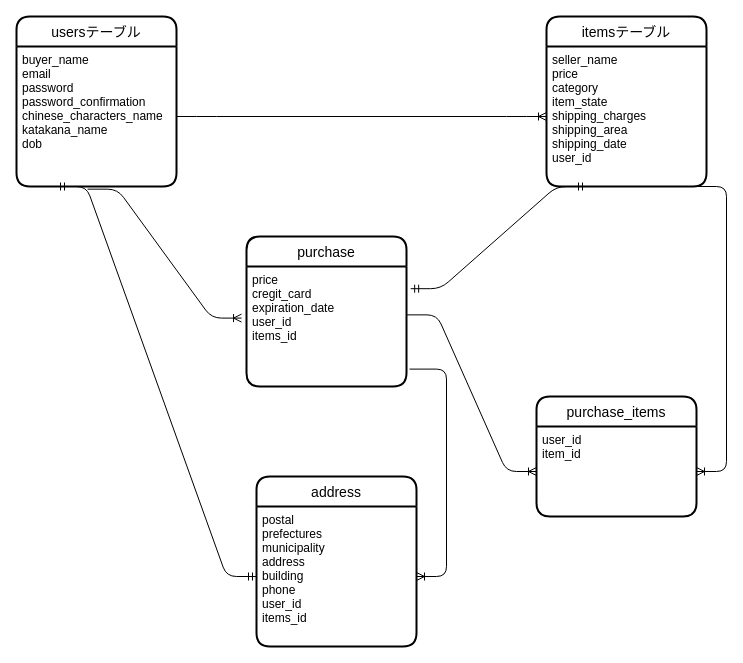
satorimod/furima-32461 keeps this draw.io diagram as ER.drawio. Above is the earlier version. Source tidied: cells renumbered, new cells numbered last; positions are measured from the earlier drawing's top-left corner, leaving out a move shared by most shapes. Both pictures are drawn from the tidied source at 100%, with x=0, y=0 at pixel (16, 16).
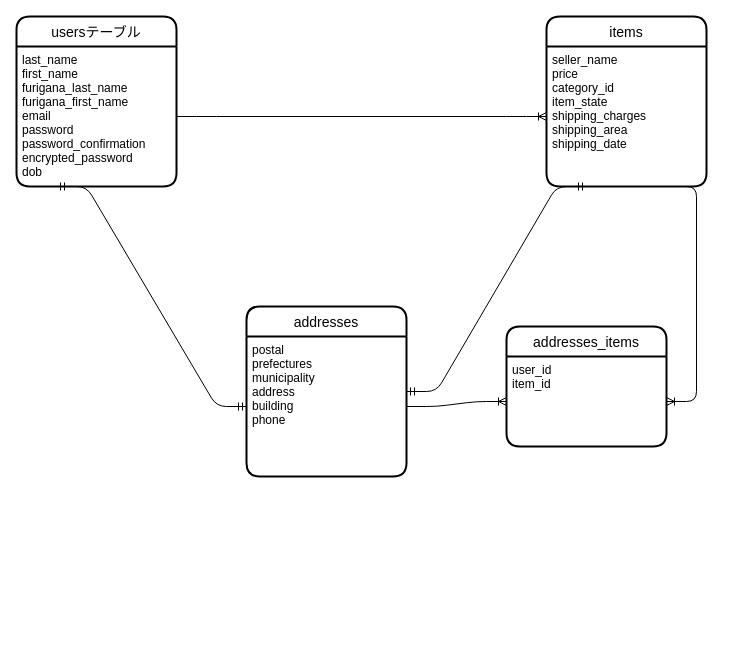
The same page after the edit.

Commit message (it also covers changes not shown here):
データベース設計（2回目）

The edit, as a diff of the source:
```diff
@@
 <mxGraphModel>
   <root>
     <mxCell id="0" />
     <mxCell id="1" parent="0" />
     <mxCell id="2" value="usersテーブル" style="swimlane;horizontal=1;startSize=30;rounded=1;fontSize=14;fontStyle=0;strokeWidth=2;shadow=0;dashed=0;align=center;" parent="1" vertex="1">
       <mxGeometry width="160" height="170" as="geometry" />
     </mxCell>
-    <mxCell id="3" value="buyer_name&#10;email&#10;password&#10;password_confirmation&#10;chinese_characters_name&#10;katakana_name&#10;dob" style="align=left;strokeColor=none;fillColor=none;spacingLeft=4;fontSize=12;verticalAlign=top;" parent="2" vertex="1">
+    <mxCell id="3" value="last_name&#10;first_name&#10;furigana_last_name&#10;furigana_first_name&#10;email　&#10;password&#10;password_confirmation&#10;encrypted_password&#10;dob" style="align=left;strokeColor=none;fillColor=none;spacingLeft=4;fontSize=12;verticalAlign=top;" parent="2" vertex="1">
       <mxGeometry y="30" width="160" height="140" as="geometry" />
     </mxCell>
-    <mxCell id="4" value="itemsテーブル" style="swimlane;horizontal=1;startSize=30;rounded=1;fontSize=14;fontStyle=0;strokeWidth=2;shadow=0;dashed=0;align=center;" parent="1" vertex="1">
+    <mxCell id="4" value="items" style="swimlane;horizontal=1;startSize=30;rounded=1;fontSize=14;fontStyle=0;strokeWidth=2;shadow=0;dashed=0;align=center;" parent="1" vertex="1">
       <mxGeometry x="530" width="160" height="170" as="geometry" />
     </mxCell>
-    <mxCell id="5" value="seller_name&#10;price&#10;category&#10;item_state&#10;shipping_charges&#10;shipping_area&#10;shipping_date&#10;user_id" style="align=left;strokeColor=none;fillColor=none;spacingLeft=4;fontSize=12;verticalAlign=top;" parent="4" vertex="1">
+    <mxCell id="5" value="seller_name&#10;price&#10;category_id&#10;item_state&#10;shipping_charges&#10;shipping_area&#10;shipping_date" style="align=left;strokeColor=none;fillColor=none;spacingLeft=4;fontSize=12;verticalAlign=top;" parent="4" vertex="1">
       <mxGeometry y="30" width="160" height="140" as="geometry" />
     </mxCell>
-    <mxCell id="6" value="address" style="swimlane;horizontal=1;startSize=30;rounded=1;fontSize=14;fontStyle=0;strokeWidth=2;shadow=0;dashed=0;align=center;" parent="1" vertex="1">
-      <mxGeometry x="240" y="460" width="160" height="170" as="geometry" />
+    <mxCell id="6" value="addresses" style="swimlane;horizontal=1;startSize=30;rounded=1;fontSize=14;fontStyle=0;strokeWidth=2;shadow=0;dashed=0;align=center;" parent="1" vertex="1">
+      <mxGeometry x="230" y="290" width="160" height="170" as="geometry" />
     </mxCell>
-    <mxCell id="7" value="postal&#10;prefectures&#10;municipality&#10;address&#10;building&#10;phone&#10;user_id&#10;items_id" style="align=left;strokeColor=none;fillColor=none;spacingLeft=4;fontSize=12;verticalAlign=top;" parent="6" vertex="1">
+    <mxCell id="7" value="postal&#10;prefectures&#10;municipality&#10;address&#10;building&#10;phone" style="align=left;strokeColor=none;fillColor=none;spacingLeft=4;fontSize=12;verticalAlign=top;" parent="6" vertex="1">
       <mxGeometry y="30" width="160" height="140" as="geometry" />
     </mxCell>
-    <mxCell id="8" value="purchase" style="swimlane;horizontal=1;startSize=30;rounded=1;fontSize=14;fontStyle=0;strokeWidth=2;shadow=0;dashed=0;align=center;" parent="1" vertex="1">
-      <mxGeometry x="230" y="220" width="160" height="150" as="geometry" />
-    </mxCell>
-    <mxCell id="9" value="price&#10;cregit_card&#10;expiration_date&#10;user_id&#10;items_id" style="align=left;strokeColor=none;fillColor=none;spacingLeft=4;fontSize=12;verticalAlign=top;" parent="8" vertex="1">
-      <mxGeometry y="30" width="160" height="120" as="geometry" />
-    </mxCell>
     <mxCell id="10" style="edgeStyle=entityRelationEdgeStyle;fontSize=12;html=1;endArrow=ERoneToMany;entryX=0;entryY=0.5;entryDx=0;entryDy=0;" parent="1" edge="1" source="3" target="5">
       <mxGeometry relative="1" as="geometry" />
     </mxCell>
-    <mxCell id="11" style="edgeStyle=entityRelationEdgeStyle;fontSize=12;html=1;endArrow=ERoneToMany;exitX=0.444;exitY=1.019;exitDx=0;exitDy=0;exitPerimeter=0;entryX=-0.031;entryY=0.43;entryDx=0;entryDy=0;entryPerimeter=0;" parent="1" edge="1" source="3" target="9">
-      <mxGeometry relative="1" as="geometry" />
-    </mxCell>
-    <mxCell id="12" style="edgeStyle=entityRelationEdgeStyle;fontSize=12;html=1;endArrow=ERoneToMany;exitX=1.019;exitY=0.855;exitDx=0;exitDy=0;exitPerimeter=0;" parent="1" edge="1" source="9" target="7">
-      <mxGeometry relative="1" as="geometry" />
-    </mxCell>
     <mxCell id="13" style="edgeStyle=entityRelationEdgeStyle;fontSize=12;html=1;endArrow=ERmandOne;startArrow=ERmandOne;exitX=0.25;exitY=1;exitDx=0;exitDy=0;entryX=0;entryY=0.5;entryDx=0;entryDy=0;" parent="1" edge="1" source="3" target="7">
       <mxGeometry relative="1" as="geometry" />
     </mxCell>
-    <mxCell id="14" value="purchase_items" style="swimlane;horizontal=1;startSize=30;rounded=1;fontSize=14;fontStyle=0;strokeWidth=2;shadow=0;dashed=0;align=center;" parent="1" vertex="1">
-      <mxGeometry x="520" y="380" width="160" height="120" as="geometry" />
+    <mxCell id="14" value="addresses_items" style="swimlane;horizontal=1;startSize=30;rounded=1;fontSize=14;fontStyle=0;strokeWidth=2;shadow=0;dashed=0;align=center;" parent="1" vertex="1">
+      <mxGeometry x="490" y="310" width="160" height="120" as="geometry" />
     </mxCell>
     <mxCell id="15" value="user_id&#10;item_id&#10;" style="align=left;strokeColor=none;fillColor=none;spacingLeft=4;fontSize=12;verticalAlign=top;" parent="14" vertex="1">
       <mxGeometry y="30" width="160" height="90" as="geometry" />
     </mxCell>
-    <mxCell id="16" style="edgeStyle=entityRelationEdgeStyle;fontSize=12;html=1;endArrow=ERoneToMany;exitX=1.003;exitY=0.403;exitDx=0;exitDy=0;exitPerimeter=0;" parent="1" edge="1" source="9" target="15">
+    <mxCell id="16" style="edgeStyle=entityRelationEdgeStyle;fontSize=12;html=1;endArrow=ERoneToMany;exitX=1;exitY=0.5;exitDx=0;exitDy=0;" parent="1" edge="1" source="7" target="15">
       <mxGeometry relative="1" as="geometry" />
     </mxCell>
     <mxCell id="17" style="edgeStyle=entityRelationEdgeStyle;fontSize=12;html=1;endArrow=ERoneToMany;exitX=0.75;exitY=1;exitDx=0;exitDy=0;" parent="1" edge="1" source="5" target="15">
       <mxGeometry relative="1" as="geometry" />
     </mxCell>
-    <mxCell id="18" style="edgeStyle=entityRelationEdgeStyle;fontSize=12;html=1;endArrow=ERmandOne;startArrow=ERmandOne;entryX=0.25;entryY=1;entryDx=0;entryDy=0;exitX=1.026;exitY=0.185;exitDx=0;exitDy=0;exitPerimeter=0;" parent="1" edge="1" source="9" target="5">
+    <mxCell id="18" style="edgeStyle=entityRelationEdgeStyle;fontSize=12;html=1;endArrow=ERmandOne;startArrow=ERmandOne;entryX=0.25;entryY=1;entryDx=0;entryDy=0;" parent="1" edge="1" source="6" target="5">
       <mxGeometry relative="1" as="geometry" />
     </mxCell>
   </root>
 </mxGraphModel>
```
